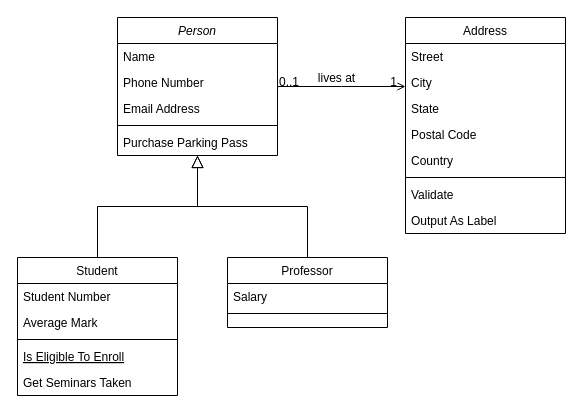
Earlier version of the draw.io diagram Diagram Tanpa Judul.drawio (alfian8799/Design-Pattern). Source tidied: cells renumbered, new cells numbered last; positions are measured from the earlier drawing's top-left corner, leaving out a move shared by most shapes. Both pictures are drawn from the tidied source at 100%, with x=0, y=0 at pixel (17, 17).
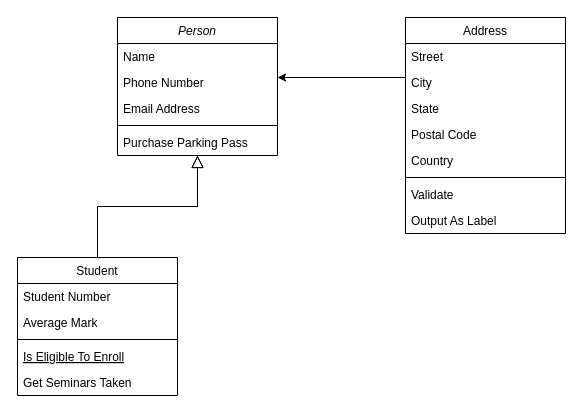
Above is the later version.

Commit message:
Diagram Sudoku

Unchanged cells that the change refers to:
```xml
<mxCell id="2" value="Person" style="swimlane;fontStyle=2;align=center;verticalAlign=top;horizontal=1;startSize=26;rounded=0;shadow=0;strokeWidth=1;" parent="1" vertex="1">
  <mxGeometry x="100" width="160" height="138" as="geometry" />
</mxCell>
<mxCell id="19" value="Address" style="swimlane;fontStyle=0;align=center;verticalAlign=top;horizontal=1;startSize=26;rounded=0;shadow=0;strokeWidth=1;" parent="1" vertex="1">
  <mxGeometry x="388" width="160" height="216" as="geometry" />
</mxCell>
```

Change to the diagram source:
```diff
@@
-    <mxCell id="15" value="Professor" style="swimlane;fontStyle=0;align=center;verticalAlign=top;horizontal=1;startSize=26;rounded=0;shadow=0;strokeWidth=1;" parent="1" vertex="1">
-      <mxGeometry x="210" y="240" width="160" height="70" as="geometry" />
-    </mxCell>
-    <mxCell id="16" value="Salary" style="text;align=left;verticalAlign=top;spacingLeft=4;spacingRight=4;overflow=hidden;" parent="15" vertex="1">
-      <mxGeometry y="26" width="160" height="26" as="geometry" />
-    </mxCell>
-    <mxCell id="17" style="line;html=1;strokeWidth=1;align=left;verticalAlign=middle;spacingTop=-1;spacingLeft=3;spacingRight=3;labelPosition=right;" parent="15" vertex="1">
-      <mxGeometry y="52" width="160" height="8" as="geometry" />
-    </mxCell>
-    <mxCell id="18" style="endArrow=block;endSize=10;endFill=0;shadow=0;strokeWidth=1;rounded=0;edgeStyle=elbowEdgeStyle;elbow=vertical;" parent="1" edge="1" source="15" target="2">
-      <mxGeometry relative="1" as="geometry" />
+    <mxCell id="18" style="endArrow=block;endSize=10;endFill=0;shadow=0;strokeWidth=1;rounded=0;edgeStyle=elbowEdgeStyle;elbow=vertical;" parent="1" edge="1" target="2">
+      <mxGeometry relative="1" as="geometry">
+        <mxPoint x="180" y="189" as="sourcePoint" />
+      </mxGeometry>
     </mxCell>
@@
-    <mxCell id="28" style="endArrow=open;shadow=0;strokeWidth=1;rounded=0;endFill=1;edgeStyle=elbowEdgeStyle;elbow=vertical;" parent="1" edge="1" source="2" target="19">
-      <mxGeometry x="0.5" y="41" relative="1" as="geometry">
-        <mxPoint x="-40" y="32" as="offset" />
-      </mxGeometry>
-    </mxCell>
-    <mxCell id="29" value="0..1" style="align=left;verticalAlign=bottom;labelBackgroundColor=none;fontSize=12;" parent="28" vertex="1">
-      <mxGeometry x="-1" relative="1" as="geometry">
-        <mxPoint y="4" as="offset" />
-      </mxGeometry>
-    </mxCell>
-    <mxCell id="30" value="1" style="align=right;verticalAlign=bottom;labelBackgroundColor=none;fontSize=12;" parent="28" vertex="1">
-      <mxGeometry x="1" relative="1" as="geometry">
-        <mxPoint x="-7" y="4" as="offset" />
-      </mxGeometry>
-    </mxCell>
-    <mxCell id="31" value="lives at" style="text;html=1;align=center;verticalAlign=middle;labelBackgroundColor=none;rounded=0;shadow=0;strokeWidth=1;fontSize=12;" parent="28" vertex="1">
-      <mxGeometry x="0.5" y="49" relative="1" as="geometry">
-        <mxPoint x="-38" y="40" as="offset" />
-      </mxGeometry>
-    </mxCell>
+    <mxCell id="32" style="edgeStyle=orthogonalEdgeStyle;rounded=0;orthogonalLoop=1;jettySize=auto;html=1;exitX=0;exitY=0.5;exitDx=0;exitDy=0;entryX=1;entryY=0.5;entryDx=0;entryDy=0;" parent="1" edge="1">
+      <mxGeometry relative="1" as="geometry">
+        <mxPoint x="388" y="60" as="sourcePoint" />
+        <mxPoint x="260" y="60" as="targetPoint" />
+      </mxGeometry>
+    </mxCell>
```
